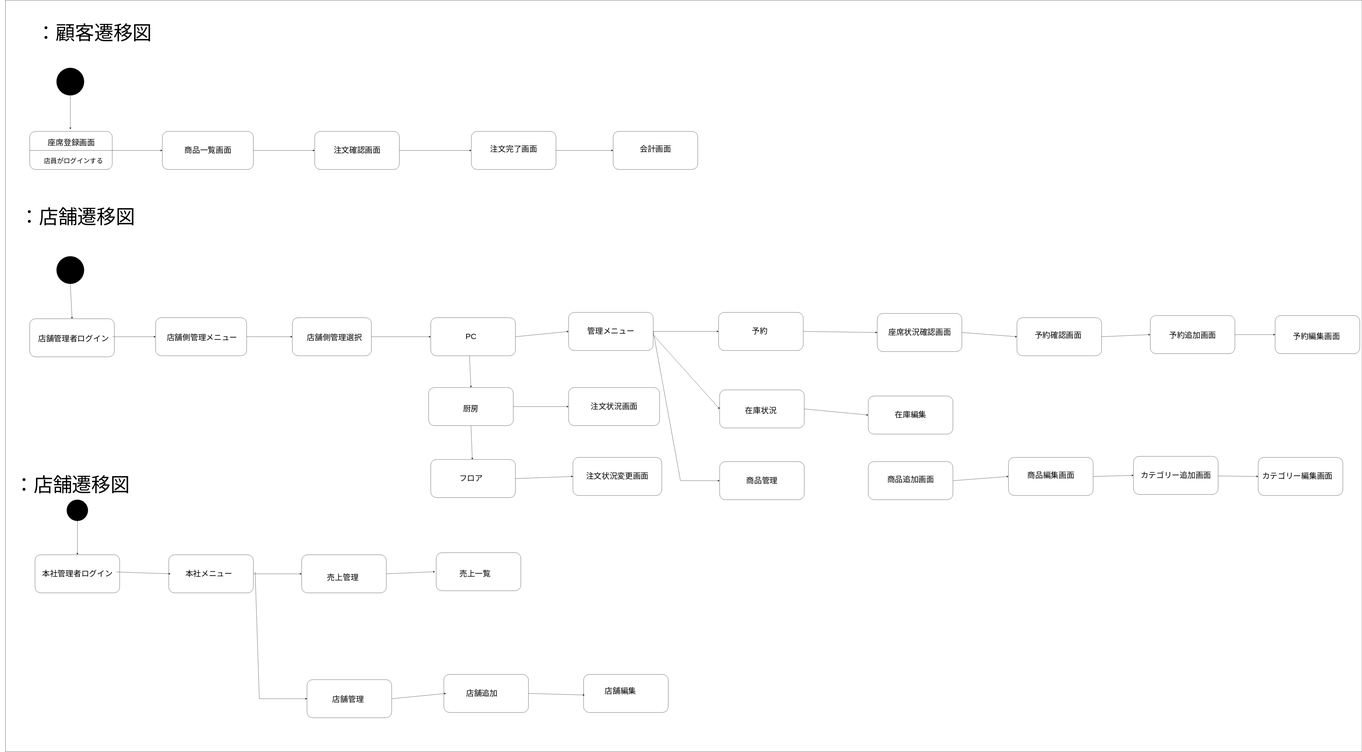
Before: 画面遷移図.drawio.svg, a diagram exported from draw.io (youryota/sample). Source tidied: cells renumbered, new cells last; positions are measured from the earlier drawing's top-left corner, leaving out a move shared by most shapes.
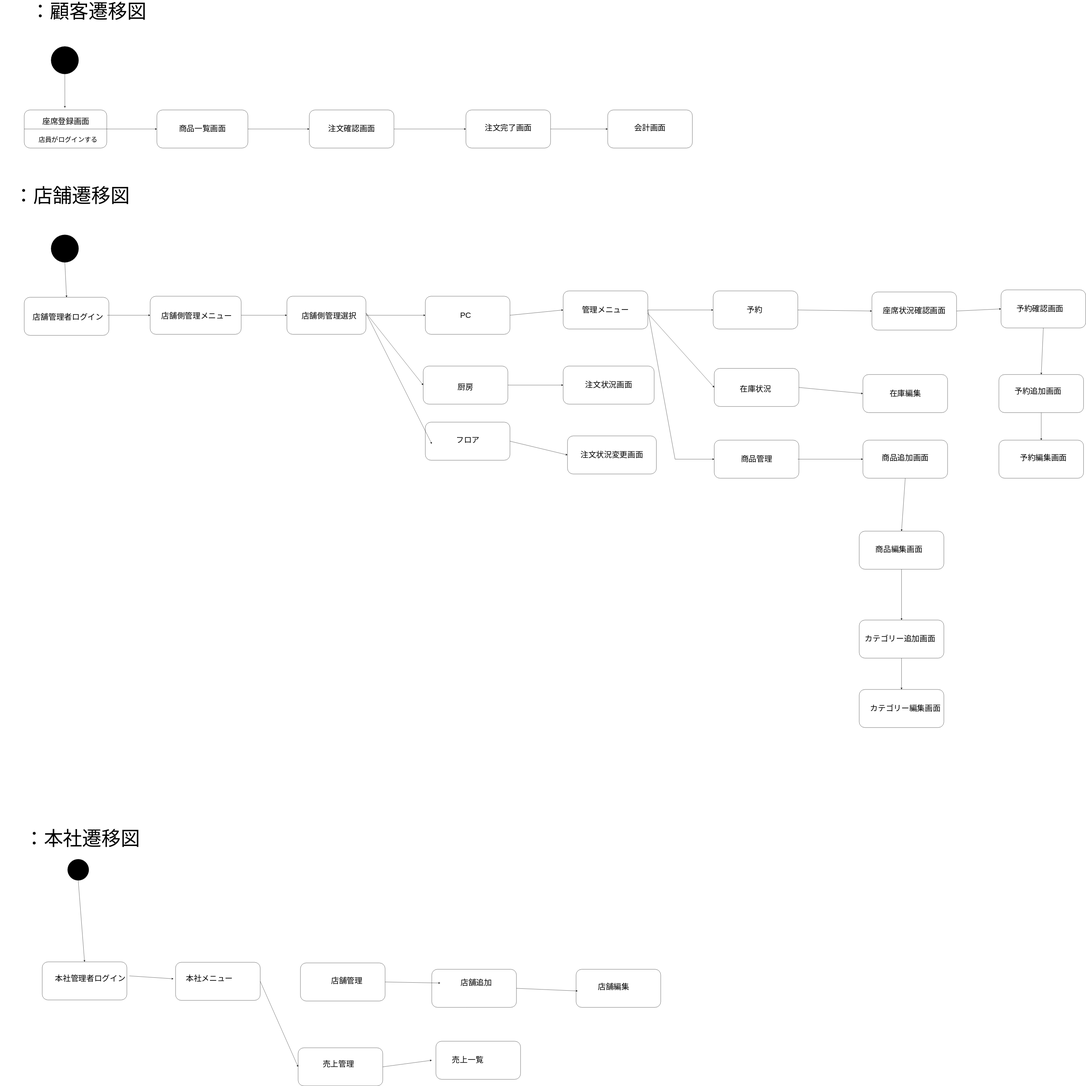
Above is the later version.

The edit, as a diff of the source:
```diff
@@ -2,9 +2,6 @@
   <root>
     <mxCell id="0" />
     <mxCell id="1" parent="0" />
-    <mxCell id="2" style="rounded=0;whiteSpace=wrap;html=1;" parent="1" vertex="1">
-      <mxGeometry x="24.5" width="6410" height="3550" as="geometry" />
-    </mxCell>
     <mxCell id="3" style="ellipse;whiteSpace=wrap;html=1;fillColor=#000000;" parent="1" vertex="1">
       <mxGeometry x="265.8" y="320" width="130" height="130" as="geometry" />
     </mxCell>
@@ -33,7 +30,7 @@
       <mxGeometry x="2024" y="1830" width="400" height="180" as="geometry" />
     </mxCell>
     <mxCell id="12" style="rounded=1;whiteSpace=wrap;html=1;fontSize=27;fillColor=#FFFFFF;" parent="1" vertex="1">
-      <mxGeometry x="2034" y="2170" width="400" height="180" as="geometry" />
+      <mxGeometry x="2034" y="2095" width="400" height="180" as="geometry" />
     </mxCell>
     <mxCell id="13" style="edgeStyle=orthogonalEdgeStyle;rounded=0;orthogonalLoop=1;jettySize=auto;html=1;exitX=0.5;exitY=1;exitDx=0;exitDy=0;" parent="1" edge="1" source="7" target="7">
       <mxGeometry relative="1" as="geometry" />
@@ -45,7 +42,7 @@
       <mxGeometry x="2054" y="1896" width="339" height="70" as="geometry" />
     </mxCell>
     <mxCell id="16" value="フロア" style="text;html=1;strokeColor=none;fillColor=none;align=center;verticalAlign=middle;whiteSpace=wrap;rounded=0;fontSize=37;" parent="1" vertex="1">
-      <mxGeometry x="2054.5" y="2225" width="339" height="70" as="geometry" />
+      <mxGeometry x="2064.5" y="2145" width="339" height="70" as="geometry" />
     </mxCell>
     <mxCell id="17" style="endArrow=none;html=1;rounded=0;entryX=0;entryY=0.5;entryDx=0;entryDy=0;" parent="1" edge="1" target="5">
       <mxGeometry relative="1" as="geometry">
@@ -153,22 +150,22 @@
       </mxGeometry>
     </mxCell>
     <mxCell id="50" style="rounded=1;whiteSpace=wrap;html=1;fontSize=27;fillColor=#FFFFFF;" parent="1" vertex="1">
-      <mxGeometry x="4804" y="1500" width="400" height="180" as="geometry" />
+      <mxGeometry x="4754" y="1470" width="400" height="180" as="geometry" />
     </mxCell>
     <mxCell id="51" value="&lt;span style=&quot;font-size: 37px;&quot;&gt;予約確認画面&lt;/span&gt;" style="text;html=1;align=center;verticalAlign=middle;whiteSpace=wrap;rounded=0;" parent="1" vertex="1">
-      <mxGeometry x="4884" y="1555" width="230" height="60" as="geometry" />
+      <mxGeometry x="4823" y="1530" width="230" height="60" as="geometry" />
     </mxCell>
     <mxCell id="52" style="rounded=1;whiteSpace=wrap;html=1;fontSize=27;fillColor=#FFFFFF;" parent="1" vertex="1">
-      <mxGeometry x="6024" y="1490" width="400" height="180" as="geometry" />
+      <mxGeometry x="4744" y="2180" width="400" height="180" as="geometry" />
     </mxCell>
     <mxCell id="53" value="&lt;span style=&quot;font-size: 37px;&quot;&gt;予約編集画面&lt;/span&gt;" style="text;html=1;align=center;verticalAlign=middle;whiteSpace=wrap;rounded=0;" parent="1" vertex="1">
-      <mxGeometry x="6104" y="1560" width="230" height="60" as="geometry" />
+      <mxGeometry x="4839" y="2235" width="230" height="60" as="geometry" />
     </mxCell>
     <mxCell id="54" style="rounded=1;whiteSpace=wrap;html=1;fontSize=27;fillColor=#FFFFFF;" parent="1" vertex="1">
-      <mxGeometry x="5434" y="1490" width="400" height="180" as="geometry" />
+      <mxGeometry x="4744" y="1870" width="400" height="180" as="geometry" />
     </mxCell>
     <mxCell id="55" value="&lt;span style=&quot;font-size: 37px;&quot;&gt;予約追加画面&lt;/span&gt;" style="text;html=1;align=center;verticalAlign=middle;whiteSpace=wrap;rounded=0;" parent="1" vertex="1">
-      <mxGeometry x="5519" y="1555" width="230" height="60" as="geometry" />
+      <mxGeometry x="4814" y="1920" width="230" height="60" as="geometry" />
     </mxCell>
     <mxCell id="56" style="rounded=1;whiteSpace=wrap;html=1;fontSize=27;fillColor=#FFFFFF;" parent="1" vertex="1">
       <mxGeometry x="4144" y="1480" width="400" height="180" as="geometry" />
@@ -183,106 +180,88 @@
       <mxGeometry x="4144" y="2235" width="315" height="60" as="geometry" />
     </mxCell>
     <mxCell id="60" style="rounded=1;whiteSpace=wrap;html=1;fontSize=27;fillColor=#FFFFFF;" parent="1" vertex="1">
-      <mxGeometry x="4764" y="2160" width="400" height="180" as="geometry" />
+      <mxGeometry x="4084" y="2610" width="400" height="180" as="geometry" />
     </mxCell>
     <mxCell id="61" value="&lt;span style=&quot;font-size: 37px;&quot;&gt;商品編集画面&lt;/span&gt;" style="text;html=1;align=center;verticalAlign=middle;whiteSpace=wrap;rounded=0;" parent="1" vertex="1">
-      <mxGeometry x="4806.5" y="2215" width="315" height="60" as="geometry" />
+      <mxGeometry x="4114" y="2667.5" width="315" height="60" as="geometry" />
     </mxCell>
     <mxCell id="62" style="rounded=1;whiteSpace=wrap;html=1;fontSize=27;fillColor=#FFFFFF;" parent="1" vertex="1">
-      <mxGeometry x="5944" y="2160" width="400" height="180" as="geometry" />
+      <mxGeometry x="4084" y="3358" width="400" height="180" as="geometry" />
     </mxCell>
     <mxCell id="63" value="&lt;span style=&quot;font-size: 37px;&quot;&gt;カテゴリー編集画面&lt;/span&gt;" style="text;html=1;align=center;verticalAlign=middle;whiteSpace=wrap;rounded=0;" parent="1" vertex="1">
-      <mxGeometry x="5954" y="2220" width="350" height="60" as="geometry" />
+      <mxGeometry x="4126.5" y="3418" width="350" height="60" as="geometry" />
     </mxCell>
     <mxCell id="64" style="rounded=1;whiteSpace=wrap;html=1;fontSize=27;fillColor=#FFFFFF;" parent="1" vertex="1">
-      <mxGeometry x="5354.8" y="2155" width="400" height="180" as="geometry" />
+      <mxGeometry x="4084" y="3030" width="400" height="180" as="geometry" />
     </mxCell>
     <mxCell id="65" value="&lt;span style=&quot;font-size: 37px;&quot;&gt;カテゴリー追加画面&lt;/span&gt;" style="text;html=1;align=center;verticalAlign=middle;whiteSpace=wrap;rounded=0;" parent="1" vertex="1">
-      <mxGeometry x="5379.8" y="2215" width="350" height="60" as="geometry" />
+      <mxGeometry x="4101.5" y="3090" width="350" height="60" as="geometry" />
     </mxCell>
     <mxCell id="66" style="rounded=1;whiteSpace=wrap;html=1;fontSize=27;fillColor=#FFFFFF;" parent="1" vertex="1">
-      <mxGeometry x="164" y="2620" width="400" height="180" as="geometry" />
+      <mxGeometry x="224" y="4645" width="400" height="180" as="geometry" />
     </mxCell>
     <mxCell id="67" value="&lt;font style=&quot;font-size: 37px;&quot;&gt;本社管理者ログイン&lt;/font&gt;" style="text;html=1;align=center;verticalAlign=middle;whiteSpace=wrap;rounded=0;" parent="1" vertex="1">
-      <mxGeometry x="178.9" y="2692.5" width="370.1" height="35" as="geometry" />
+      <mxGeometry x="265.8" y="4697.5" width="370.1" height="55" as="geometry" />
     </mxCell>
     <mxCell id="68" style="rounded=1;whiteSpace=wrap;html=1;fontSize=27;fillColor=#FFFFFF;" parent="1" vertex="1">
-      <mxGeometry x="795.8" y="2620" width="400" height="180" as="geometry" />
+      <mxGeometry x="854" y="4647" width="400" height="180" as="geometry" />
     </mxCell>
     <mxCell id="69" value="本社メニュー" style="text;html=1;strokeColor=none;fillColor=none;align=center;verticalAlign=middle;whiteSpace=wrap;rounded=0;fontSize=37;" parent="1" vertex="1">
-      <mxGeometry x="815.8" y="2675" width="339" height="70" as="geometry" />
+      <mxGeometry x="844" y="4690" width="339" height="70" as="geometry" />
     </mxCell>
     <mxCell id="70" style="rounded=1;whiteSpace=wrap;html=1;fontSize=27;fillColor=#FFFFFF;" parent="1" vertex="1">
-      <mxGeometry x="1424" y="2620" width="400" height="180" as="geometry" />
+      <mxGeometry x="1433" y="5051" width="400" height="180" as="geometry" />
     </mxCell>
     <mxCell id="71" style="rounded=1;whiteSpace=wrap;html=1;fontSize=27;fillColor=#FFFFFF;" parent="1" vertex="1">
-      <mxGeometry x="1449.2" y="3210" width="400" height="180" as="geometry" />
+      <mxGeometry x="1444" y="4650" width="400" height="180" as="geometry" />
     </mxCell>
     <mxCell id="72" value="店舗管理" style="text;html=1;strokeColor=none;fillColor=none;align=center;verticalAlign=middle;whiteSpace=wrap;rounded=0;fontSize=37;" parent="1" vertex="1">
-      <mxGeometry x="1474" y="3270" width="339" height="70" as="geometry" />
+      <mxGeometry x="1494" y="4700" width="339" height="70" as="geometry" />
     </mxCell>
     <mxCell id="73" value="売上管理" style="text;html=1;strokeColor=none;fillColor=none;align=center;verticalAlign=middle;whiteSpace=wrap;rounded=0;fontSize=37;" parent="1" vertex="1">
-      <mxGeometry x="1449.2" y="2692.5" width="339" height="70" as="geometry" />
+      <mxGeometry x="1454" y="5110" width="339" height="35" as="geometry" />
     </mxCell>
+    <mxCell id="111" style="edgeStyle=none;html=1;" parent="1" edge="1" source="74" target="75">
+      <mxGeometry relative="1" as="geometry" />
+    </mxCell>
     <mxCell id="74" style="rounded=1;whiteSpace=wrap;html=1;fontSize=27;fillColor=#FFFFFF;" parent="1" vertex="1">
-      <mxGeometry x="2095.8" y="3185" width="400" height="180" as="geometry" />
+      <mxGeometry x="2064.5" y="4680" width="400" height="180" as="geometry" />
     </mxCell>
     <mxCell id="75" value="店舗追加" style="text;html=1;strokeColor=none;fillColor=none;align=center;verticalAlign=middle;whiteSpace=wrap;rounded=0;fontSize=37;" parent="1" vertex="1">
-      <mxGeometry x="2106.2" y="3240" width="339" height="70" as="geometry" />
+      <mxGeometry x="2104.5" y="4710" width="339" height="70" as="geometry" />
     </mxCell>
     <mxCell id="76" style="rounded=1;whiteSpace=wrap;html=1;fontSize=27;fillColor=#FFFFFF;" parent="1" vertex="1">
-      <mxGeometry x="2756.2" y="3185" width="400" height="180" as="geometry" />
+      <mxGeometry x="2746.2" y="4680" width="400" height="180" as="geometry" />
     </mxCell>
     <mxCell id="77" value="店舗編集" style="text;html=1;strokeColor=none;fillColor=none;align=center;verticalAlign=middle;whiteSpace=wrap;rounded=0;fontSize=37;" parent="1" vertex="1">
-      <mxGeometry x="2761.2" y="3230" width="339" height="70" as="geometry" />
+      <mxGeometry x="2754" y="4730" width="339" height="70" as="geometry" />
     </mxCell>
     <mxCell id="78" style="endArrow=classic;html=1;rounded=0;entryX=0;entryY=0.5;entryDx=0;entryDy=0;exitX=1;exitY=0.5;exitDx=0;exitDy=0;" parent="1" edge="1" source="56" target="50">
       <mxGeometry relative="1" as="geometry" />
     </mxCell>
-    <mxCell id="79" style="endArrow=classic;html=1;rounded=0;entryX=0;entryY=0.5;entryDx=0;entryDy=0;exitX=1;exitY=0.5;exitDx=0;exitDy=0;" parent="1" edge="1" source="50" target="54">
+    <mxCell id="79" style="endArrow=classic;html=1;rounded=0;entryX=0.5;entryY=0;entryDx=0;entryDy=0;exitX=0.5;exitY=1;exitDx=0;exitDy=0;" parent="1" edge="1" source="50" target="54">
       <mxGeometry relative="1" as="geometry" />
     </mxCell>
-    <mxCell id="80" style="endArrow=classic;html=1;rounded=0;entryX=0;entryY=0.5;entryDx=0;entryDy=0;exitX=1;exitY=0.5;exitDx=0;exitDy=0;" parent="1" edge="1" source="54" target="52">
+    <mxCell id="80" style="endArrow=classic;html=1;rounded=0;exitX=0.5;exitY=1;exitDx=0;exitDy=0;" parent="1" edge="1" source="54" target="52">
       <mxGeometry relative="1" as="geometry" />
     </mxCell>
     <mxCell id="81" style="endArrow=classic;html=1;rounded=0;entryX=0;entryY=0.5;entryDx=0;entryDy=0;exitX=1;exitY=0.5;exitDx=0;exitDy=0;" parent="1" edge="1" source="43" target="56">
       <mxGeometry relative="1" as="geometry" />
     </mxCell>
-    <mxCell id="82" style="endArrow=classic;html=1;rounded=0;entryX=0;entryY=0.5;entryDx=0;entryDy=0;exitX=1;exitY=0.5;exitDx=0;exitDy=0;" parent="1" edge="1" source="58" target="60">
-      <mxGeometry relative="1" as="geometry" />
-    </mxCell>
-    <mxCell id="83" style="endArrow=classic;html=1;rounded=0;entryX=0;entryY=0.5;entryDx=0;entryDy=0;exitX=1;exitY=0.5;exitDx=0;exitDy=0;" parent="1" edge="1" source="60" target="64">
-      <mxGeometry relative="1" as="geometry" />
-    </mxCell>
-    <mxCell id="84" style="endArrow=classic;html=1;rounded=0;entryX=0;entryY=0.5;entryDx=0;entryDy=0;" parent="1" edge="1" source="64" target="62">
-      <mxGeometry relative="1" as="geometry" />
-    </mxCell>
     <mxCell id="85" style="rounded=1;whiteSpace=wrap;html=1;fontSize=27;fillColor=#FFFFFF;" parent="1" vertex="1">
-      <mxGeometry x="2059.8" y="2610" width="400" height="180" as="geometry" />
+      <mxGeometry x="2084" y="5020" width="400" height="180" as="geometry" />
     </mxCell>
     <mxCell id="86" value="売上一覧" style="text;html=1;strokeColor=none;fillColor=none;align=center;verticalAlign=middle;whiteSpace=wrap;rounded=0;fontSize=37;" parent="1" vertex="1">
-      <mxGeometry x="2074" y="2675" width="339" height="70" as="geometry" />
+      <mxGeometry x="2064.5" y="5075" width="339" height="70" as="geometry" />
     </mxCell>
-    <mxCell id="87" style="endArrow=classic;html=1;rounded=0;exitX=1;exitY=0.25;exitDx=0;exitDy=0;" parent="1" edge="1" source="67">
-      <mxGeometry relative="1" as="geometry">
-        <mxPoint x="804" y="2710" as="targetPoint" />
-      </mxGeometry>
+    <mxCell id="87" style="endArrow=classic;html=1;rounded=0;exitX=1;exitY=0.25;exitDx=0;exitDy=0;entryX=0;entryY=0.5;entryDx=0;entryDy=0;" parent="1" edge="1" source="67" target="69">
+      <mxGeometry relative="1" as="geometry" />
     </mxCell>
     <mxCell id="88" style="endArrow=classic;html=1;rounded=0;exitX=1;exitY=0.5;exitDx=0;exitDy=0;entryX=0;entryY=0.5;entryDx=0;entryDy=0;" parent="1" edge="1" source="68" target="70">
       <mxGeometry relative="1" as="geometry" />
     </mxCell>
-    <mxCell id="89" style="endArrow=classic;html=1;rounded=0;entryX=0;entryY=0.5;entryDx=0;entryDy=0;" parent="1" edge="1" target="71">
-      <mxGeometry relative="1" as="geometry">
-        <mxPoint x="1204" y="2700" as="sourcePoint" />
-        <Array as="points">
-          <mxPoint x="1224" y="3300" />
-        </Array>
-      </mxGeometry>
-    </mxCell>
-    <mxCell id="90" style="endArrow=classic;html=1;rounded=0;exitX=1;exitY=0.5;exitDx=0;exitDy=0;" parent="1" edge="1" source="70">
-      <mxGeometry relative="1" as="geometry">
-        <mxPoint x="2054" y="2700" as="targetPoint" />
-      </mxGeometry>
+    <mxCell id="90" style="endArrow=classic;html=1;rounded=0;exitX=1;exitY=0.5;exitDx=0;exitDy=0;entryX=0;entryY=0.5;entryDx=0;entryDy=0;" parent="1" edge="1" source="70" target="86">
+      <mxGeometry relative="1" as="geometry" />
     </mxCell>
     <mxCell id="91" style="endArrow=classic;html=1;rounded=0;exitX=1;exitY=0.5;exitDx=0;exitDy=0;entryX=0;entryY=0.5;entryDx=0;entryDy=0;" parent="1" edge="1" source="71" target="75">
       <mxGeometry relative="1" as="geometry" />
@@ -313,12 +292,6 @@
     <mxCell id="99" style="endArrow=classic;html=1;entryX=0;entryY=0.5;entryDx=0;entryDy=0;exitX=1;exitY=0.5;exitDx=0;exitDy=0;" parent="1" edge="1" source="44" target="104">
       <mxGeometry relative="1" as="geometry" />
     </mxCell>
-    <mxCell id="100" style="endArrow=classic;html=1;exitX=0.342;exitY=0.473;exitDx=0;exitDy=0;exitPerimeter=0;entryX=0.5;entryY=0;entryDx=0;entryDy=0;" parent="1" edge="1" source="2" target="11">
-      <mxGeometry relative="1" as="geometry" />
-    </mxCell>
-    <mxCell id="101" style="endArrow=classic;html=1;exitX=0.5;exitY=1;exitDx=0;exitDy=0;" parent="1" edge="1" source="11" target="12">
-      <mxGeometry relative="1" as="geometry" />
-    </mxCell>
     <mxCell id="102" style="endArrow=classic;html=1;exitX=1;exitY=0.5;exitDx=0;exitDy=0;entryX=0;entryY=0.5;entryDx=0;entryDy=0;" parent="1" edge="1" source="11" target="37">
       <mxGeometry relative="1" as="geometry" />
     </mxCell>
@@ -336,17 +309,41 @@
         <mxPoint x="3084" y="1580" as="sourcePoint" />
       </mxGeometry>
     </mxCell>
-    <mxCell id="107" value="：店舗遷移図" style="text;html=1;align=center;verticalAlign=middle;whiteSpace=wrap;rounded=0;fontSize=91;" parent="1" vertex="1">
-      <mxGeometry x="-0.5" y="2275" width="679" height="30" as="geometry" />
+    <mxCell id="107" value="：本社遷移図" style="text;html=1;align=center;verticalAlign=middle;whiteSpace=wrap;rounded=0;fontSize=91;" parent="1" vertex="1">
+      <mxGeometry x="74" y="4035" width="679" height="55" as="geometry" />
     </mxCell>
     <mxCell id="108" style="endArrow=classic;html=1;entryX=0.5;entryY=0;entryDx=0;entryDy=0;exitX=0.5;exitY=1;exitDx=0;exitDy=0;" parent="1" edge="1" source="95" target="31">
       <mxGeometry relative="1" as="geometry" />
     </mxCell>
     <mxCell id="109" style="ellipse;whiteSpace=wrap;html=1;fillColor=#000000;" parent="1" vertex="1">
-      <mxGeometry x="314" y="2360" width="100" height="100" as="geometry" />
+      <mxGeometry x="344" y="4160" width="100" height="100" as="geometry" />
     </mxCell>
     <mxCell id="110" style="endArrow=classic;html=1;exitX=0.5;exitY=1;exitDx=0;exitDy=0;entryX=0.5;entryY=0;entryDx=0;entryDy=0;" parent="1" edge="1" source="109" target="66">
       <mxGeometry relative="1" as="geometry" />
     </mxCell>
+    <mxCell id="112" style="endArrow=classic;html=1;entryX=0;entryY=0.5;entryDx=0;entryDy=0;" parent="1" edge="1" target="58">
+      <mxGeometry relative="1" as="geometry">
+        <mxPoint x="3794" y="2270" as="sourcePoint" />
+      </mxGeometry>
+    </mxCell>
+    <mxCell id="82" style="endArrow=classic;html=1;exitX=0.5;exitY=1;exitDx=0;exitDy=0;entryX=0.5;entryY=0;entryDx=0;entryDy=0;" parent="1" edge="1" source="58" target="60">
+      <mxGeometry relative="1" as="geometry" />
+    </mxCell>
+    <mxCell id="113" style="endArrow=classic;html=1;entryX=0;entryY=0.5;entryDx=0;entryDy=0;" parent="1" edge="1" target="11">
+      <mxGeometry relative="1" as="geometry">
+        <mxPoint x="1754" y="1580" as="sourcePoint" />
+      </mxGeometry>
+    </mxCell>
+    <mxCell id="114" style="endArrow=classic;html=1;entryX=0;entryY=0.75;entryDx=0;entryDy=0;" parent="1" edge="1" target="16">
+      <mxGeometry relative="1" as="geometry">
+        <mxPoint x="1754" y="1580" as="sourcePoint" />
+      </mxGeometry>
+    </mxCell>
+    <mxCell id="83" style="endArrow=classic;html=1;exitX=0.5;exitY=1;exitDx=0;exitDy=0;entryX=0.5;entryY=0;entryDx=0;entryDy=0;" parent="1" edge="1" source="60" target="64">
+      <mxGeometry relative="1" as="geometry" />
+    </mxCell>
+    <mxCell id="84" style="endArrow=classic;html=1;exitX=0.5;exitY=1;exitDx=0;exitDy=0;entryX=0.5;entryY=0;entryDx=0;entryDy=0;" parent="1" edge="1" source="64" target="62">
+      <mxGeometry relative="1" as="geometry" />
+    </mxCell>
   </root>
 </mxGraphModel>
```
